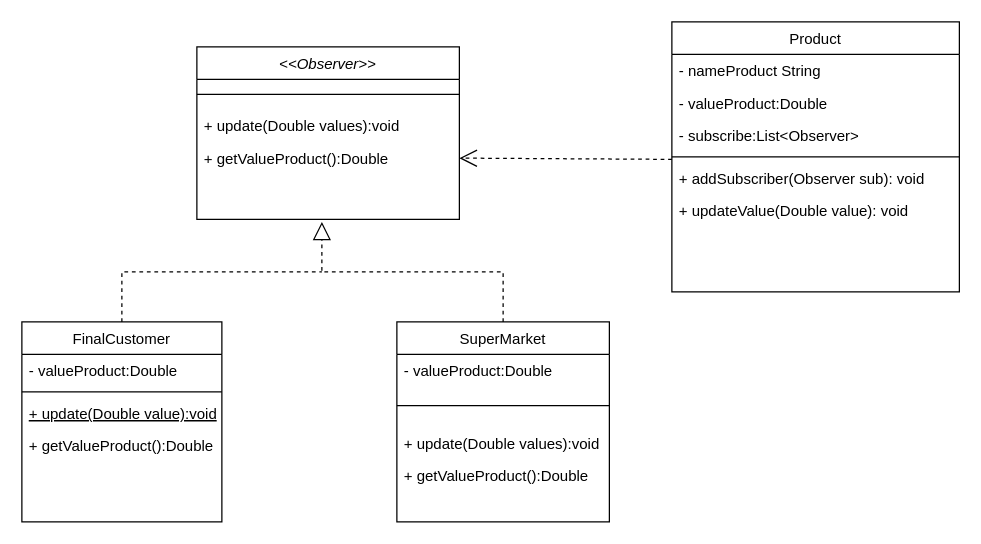
Before: designPatterns/observer/observer.drawio in pauloarantesmachado/Bertoti-SE, a draw.io diagram. Source tidied: cells renumbered, new cells numbered last; positions are measured from the earlier drawing's top-left corner, leaving out a move shared by most shapes. Both pictures are drawn from the tidied source at 125%, with x=0, y=0 at pixel (21, 21).
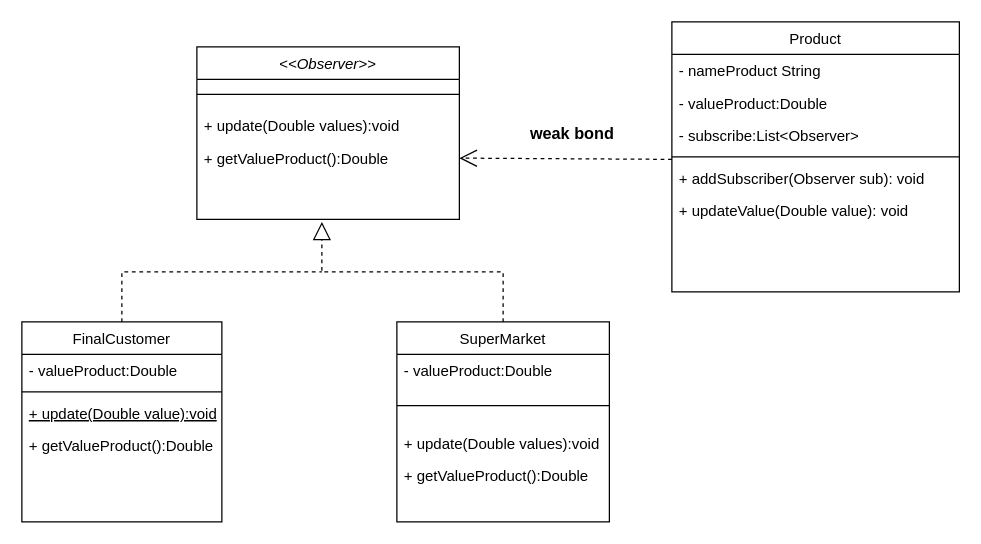
After the change.

Change to the diagram source:
```diff
@@
+    <mxCell id="26" value="weak bond" style="text;strokeColor=none;fillColor=none;html=1;fontSize=13;fontStyle=1;verticalAlign=middle;align=center;" parent="1" vertex="1">
+      <mxGeometry x="390" y="69" width="100" height="40" as="geometry" />
+    </mxCell>
```
